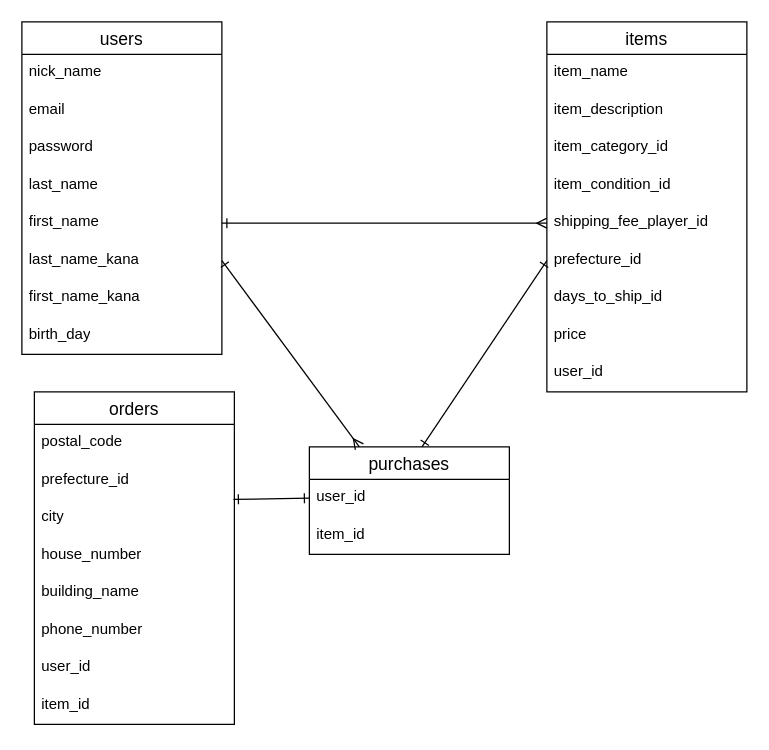
Earlier version of the draw.io diagram test.dio (mitchy1397/furima-42020). Source tidied: cells renumbered, new cells numbered last; positions are measured from the earlier drawing's top-left corner, leaving out a move shared by most shapes. Both pictures are drawn from the tidied source at 125%, with x=0, y=0 at pixel (21, 21).
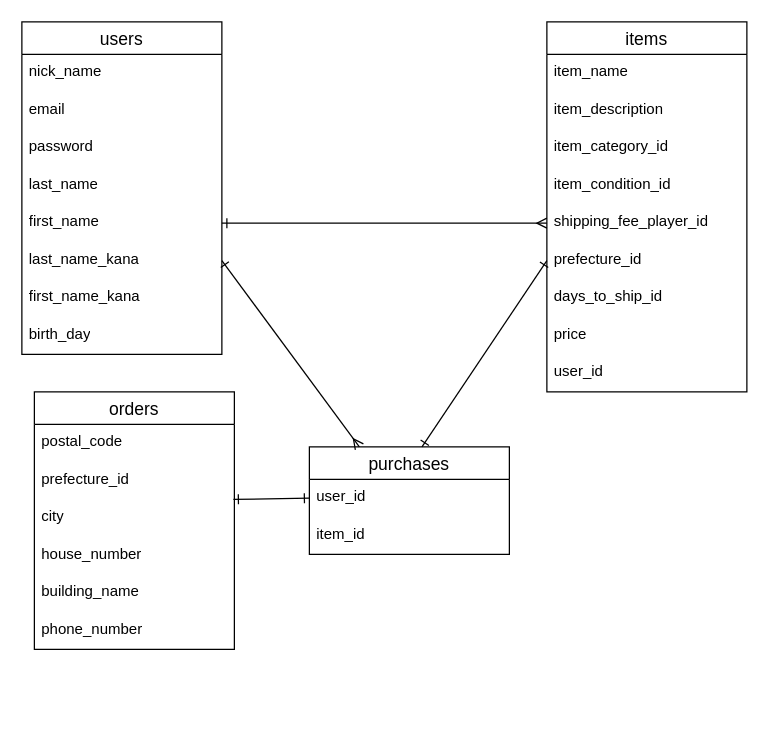
After the change.

The edit, as a diff of the source:
```diff
@@
     <mxCell id="21" value="orders" style="swimlane;fontStyle=0;horizontal=1;startSize=26;align=center;fontSize=14;" parent="1" vertex="1">
-      <mxGeometry x="10" y="296" width="160" height="266" as="geometry" />
+      <mxGeometry x="10" y="296" width="160" height="206" as="geometry" />
     </mxCell>
@@
-    <mxCell id="28" value="user_id" style="text;strokeColor=none;fillColor=none;spacingLeft=4;spacingRight=4;overflow=hidden;fontSize=12;whiteSpace=wrap;html=1;" parent="21" vertex="1">
-      <mxGeometry y="206" width="160" height="30" as="geometry" />
-    </mxCell>
-    <mxCell id="29" value="item_id" style="text;strokeColor=none;fillColor=none;spacingLeft=4;spacingRight=4;overflow=hidden;fontSize=12;whiteSpace=wrap;html=1;" parent="21" vertex="1">
-      <mxGeometry y="236" width="160" height="30" as="geometry" />
-    </mxCell>
```
